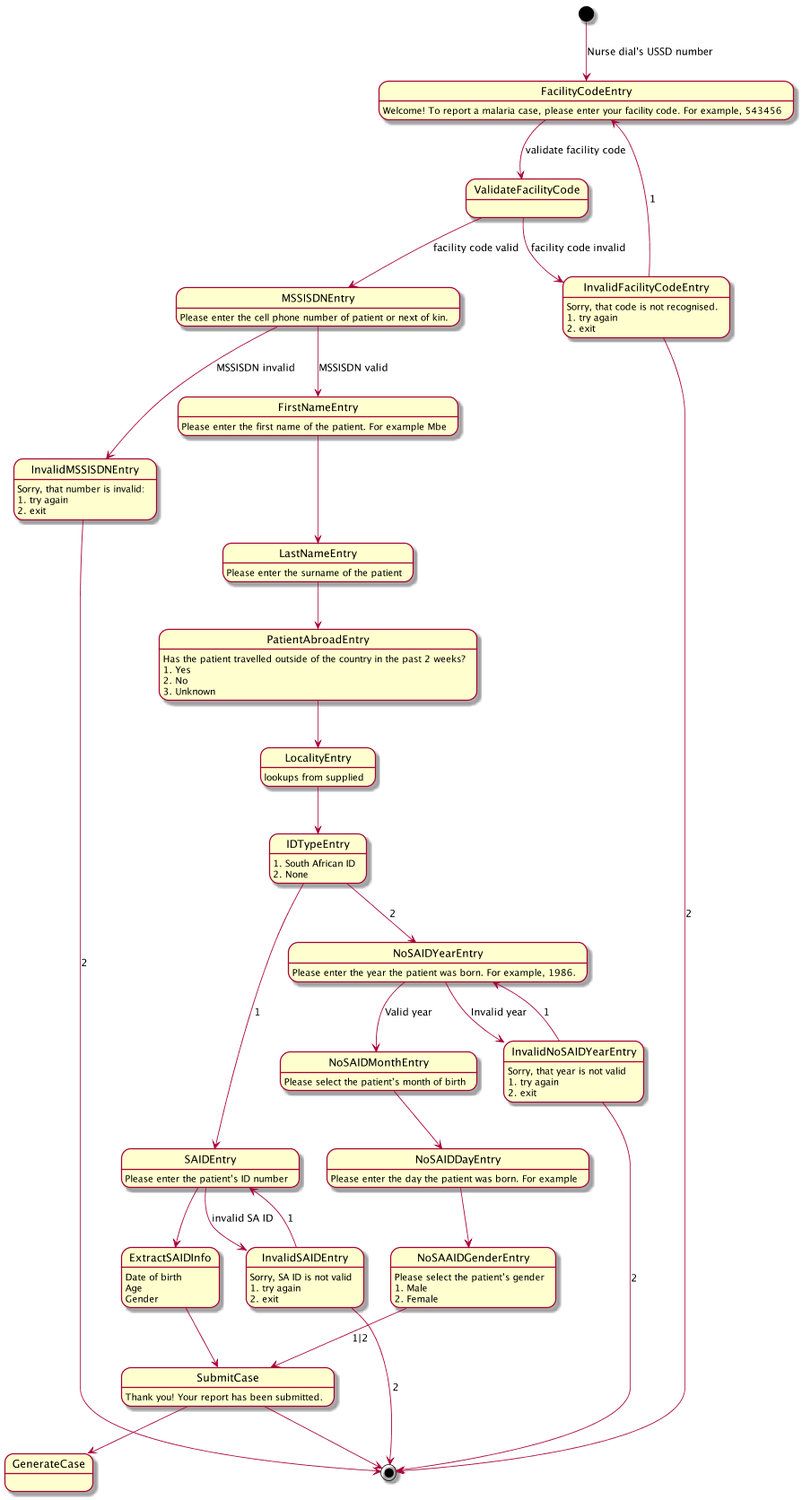
praekeltfoundation/go-jsbox-malaria24 keeps this PlantUML diagram as State.png. Above is the earlier version.
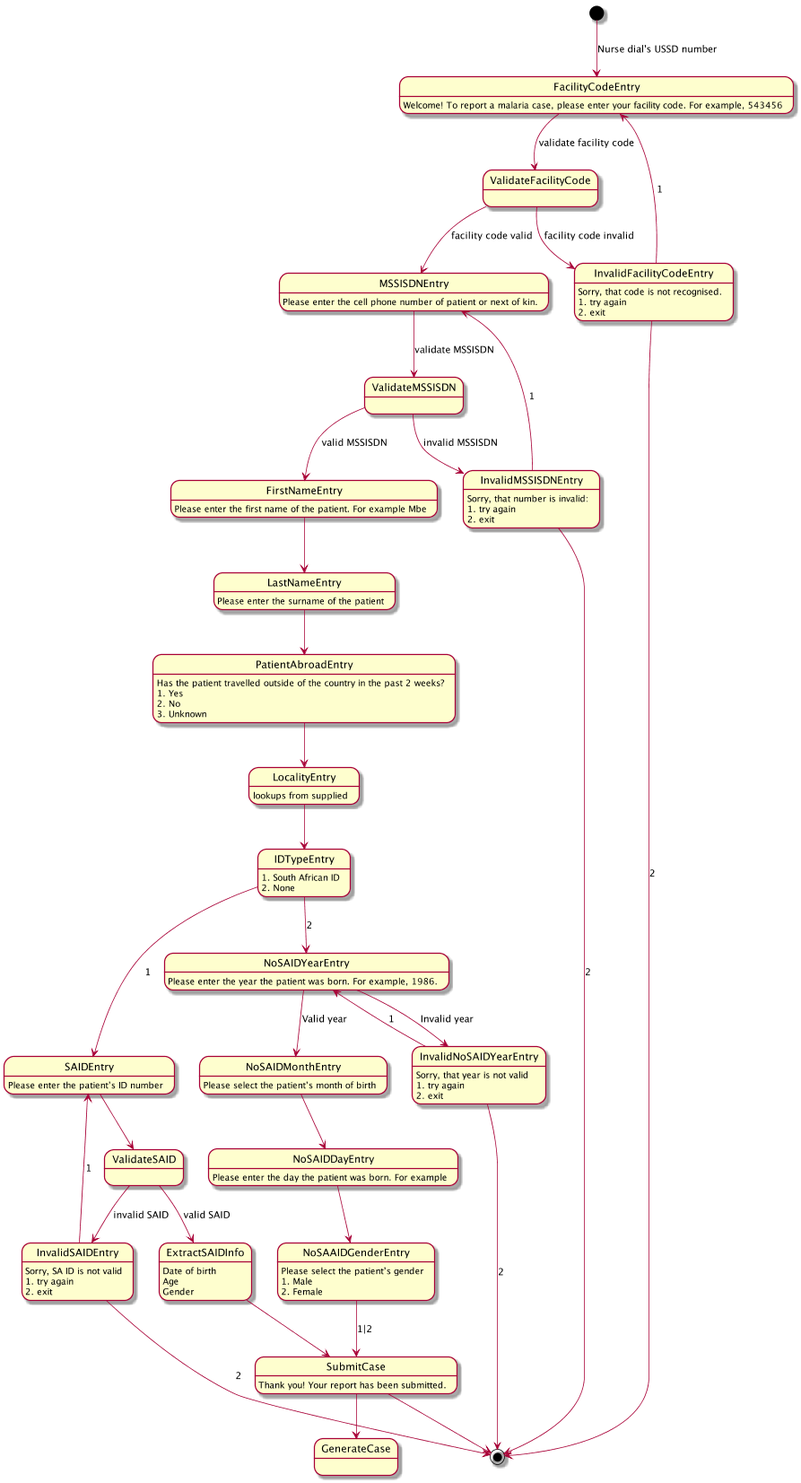
Above is the later version.

Change to the diagram source:
```diff
@@ -15,14 +15,18 @@
 ValidateFacilityCode --> MSSISDNEntry : facility code valid
 MSSISDNEntry : Please enter the cell phone number of patient or next of kin.
 
-MSSISDNEntry --> InvalidMSSISDNEntry : MSSISDN invalid
+MSSISDNEntry --> ValidateMSSISDN : validate MSSISDN
+ValidateMSSISDN --> FirstNameEntry : valid MSSISDN
+ValidateMSSISDN --> InvalidMSSISDNEntry : invalid MSSISDN
+
 InvalidMSSISDNEntry : Sorry, that number is invalid:
 InvalidMSSISDNEntry: 1. try again
 InvalidMSSISDNEntry: 2. exit
 
+InvalidMSSISDNEntry --> MSSISDNEntry : 1
 InvalidMSSISDNEntry --> [*] : 2
 
-MSSISDNEntry --> FirstNameEntry : MSSISDN valid
+
 FirstNameEntry : Please enter the first name of the patient. For example Mbe
 FirstNameEntry --> LastNameEntry
 LastNameEntry : Please enter the surname of the patient
@@ -61,7 +65,11 @@
 
 NoSAAIDGenderEntry --> SubmitCase : 1|2
 SAIDEntry : Please enter the patient?s ID number
-SAIDEntry --> InvalidSAIDEntry : invalid SA ID
+
+SAIDEntry --> ValidateSAID
+ValidateSAID --> ExtractSAIDInfo : valid SAID
+ValidateSAID --> InvalidSAIDEntry : invalid SAID
+
 
 InvalidSAIDEntry : Sorry, SA ID is not valid
 InvalidSAIDEntry : 1. try again
@@ -70,7 +78,7 @@
 InvalidSAIDEntry --> SAIDEntry : 1
 InvalidSAIDEntry --> [*] : 2
 
-SAIDEntry --> ExtractSAIDInfo
+
 ExtractSAIDInfo --> SubmitCase
 ExtractSAIDInfo : Date of birth
 ExtractSAIDInfo : Age
```
